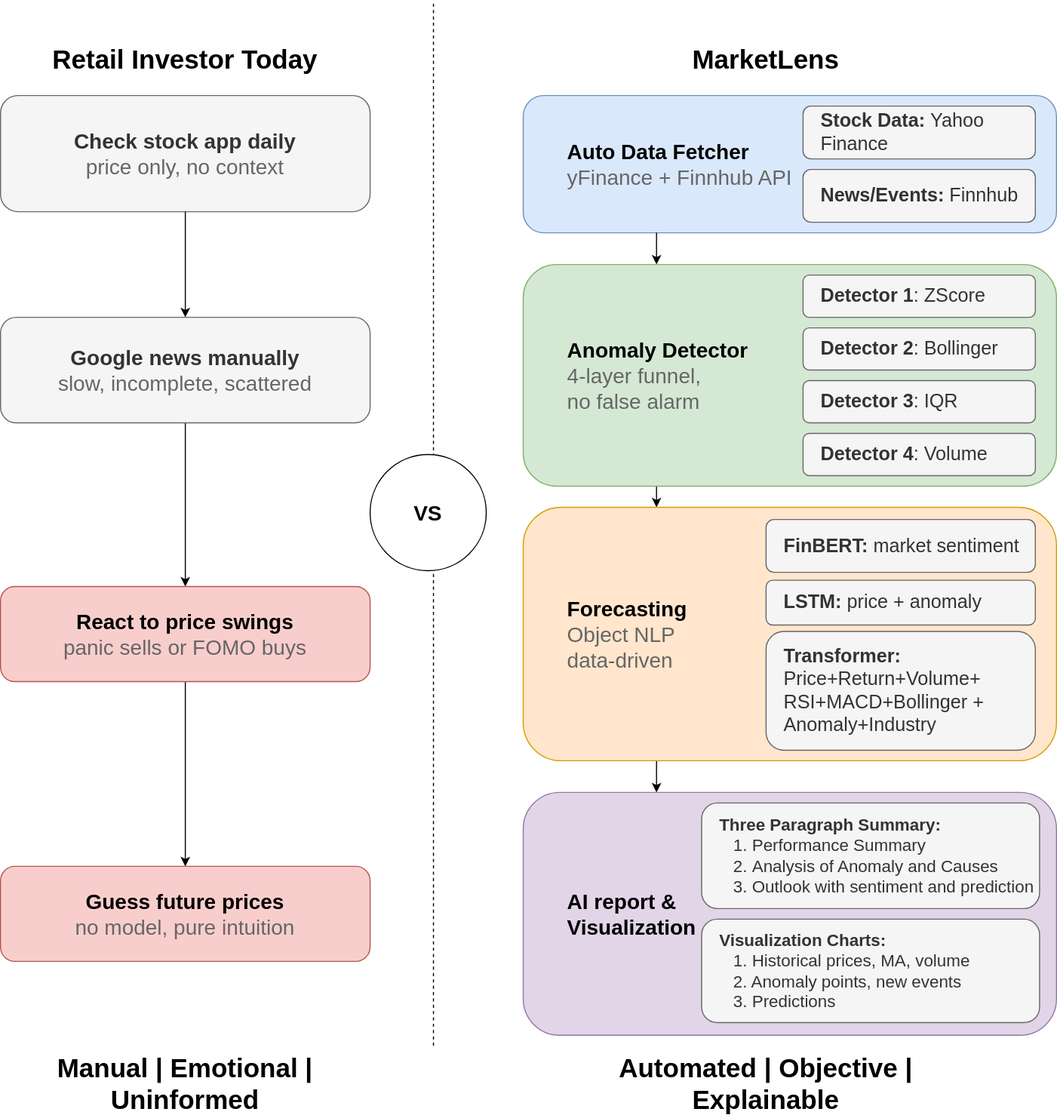
Niuniu-Li-229/MarketLens-Showcase keeps this draw.io diagram as Comparable Chart MarketLens-Showcase.drawio.svg. Above is the earlier version. Source tidied: cells renumbered, new cells last; positions are measured from the earlier drawing's top-left corner, leaving out a move shared by most shapes. Its diagram source:
```xml
<mxGraphModel>
  <root>
    <mxCell id="0" />
    <mxCell id="1" parent="0" />
    <mxCell id="2" value="&lt;blockquote style=&quot;margin: 0 0 0 40px; border: none; padding: 0px;&quot;&gt;&lt;font style=&quot;font-size: 20px;&quot;&gt;&lt;b style=&quot;&quot;&gt;Auto Data Fetcher&lt;/b&gt;&lt;/font&gt;&lt;/blockquote&gt;&lt;blockquote style=&quot;margin: 0 0 0 40px; border: none; padding: 0px;&quot;&gt;&lt;font style=&quot;color: rgb(102, 102, 102); font-size: 20px;&quot;&gt;yFinance + Finnhub API&lt;/font&gt;&lt;/blockquote&gt;" style="rounded=1;whiteSpace=wrap;html=1;fillColor=#dae8fc;strokeColor=#6c8ebf;align=left;" parent="1" vertex="1">
      <mxGeometry x="495" y="90" width="505" height="130" as="geometry" />
    </mxCell>
    <mxCell id="3" style="edgeStyle=orthogonalEdgeStyle;rounded=0;jettySize=auto;html=1;entryX=0.25;entryY=0;entryDx=0;entryDy=0;exitX=0.25;exitY=1;exitDx=0;exitDy=0;" parent="1" edge="1" source="2" target="7">
      <mxGeometry relative="1" as="geometry" />
    </mxCell>
    <mxCell id="4" value="&lt;b&gt;Stock Data: &lt;/b&gt;Yahoo Finance" style="rounded=1;whiteSpace=wrap;html=1;fillColor=#f5f5f5;fontColor=#333333;strokeColor=#666666;spacingLeft=15;align=left;fontSize=18;" parent="1" vertex="1">
      <mxGeometry x="760" y="100" width="220" height="50" as="geometry" />
    </mxCell>
    <mxCell id="5" value="&lt;b&gt;News/Events:&lt;/b&gt; Finnhub" style="rounded=1;whiteSpace=wrap;html=1;fillColor=#f5f5f5;fontColor=#333333;strokeColor=#666666;spacingLeft=15;align=left;fontSize=18;" parent="1" vertex="1">
      <mxGeometry x="760" y="160" width="220" height="50" as="geometry" />
    </mxCell>
    <mxCell id="6" style="edgeStyle=orthogonalEdgeStyle;rounded=0;jettySize=auto;html=1;entryX=0.25;entryY=0;entryDx=0;entryDy=0;exitX=0.25;exitY=1;exitDx=0;exitDy=0;" parent="1" edge="1" source="7" target="13">
      <mxGeometry relative="1" as="geometry" />
    </mxCell>
    <mxCell id="7" value="&lt;blockquote style=&quot;margin: 0 0 0 40px; border: none; padding: 0px;&quot;&gt;&lt;b&gt;&lt;font&gt;Anomaly Detector&lt;/font&gt;&lt;/b&gt;&lt;/blockquote&gt;&lt;blockquote style=&quot;margin: 0 0 0 40px; border: none; padding: 0px;&quot;&gt;&lt;font style=&quot;color: rgb(102, 102, 102);&quot;&gt;4-layer funnel,&lt;/font&gt;&lt;/blockquote&gt;&lt;blockquote style=&quot;margin: 0 0 0 40px; border: none; padding: 0px;&quot;&gt;&lt;font style=&quot;color: rgb(102, 102, 102);&quot;&gt;no false alarm&lt;/font&gt;&lt;/blockquote&gt;" style="rounded=1;whiteSpace=wrap;html=1;fillColor=#d5e8d4;strokeColor=#82b366;align=left;fontSize=20;" parent="1" vertex="1">
      <mxGeometry x="495" y="250" width="505" height="210" as="geometry" />
    </mxCell>
    <mxCell id="8" value="&lt;b&gt;Detector 1&lt;/b&gt;: ZScore" style="rounded=1;whiteSpace=wrap;html=1;fillColor=#f5f5f5;fontColor=#333333;strokeColor=#666666;align=left;spacingLeft=15;fontSize=18;" parent="1" vertex="1">
      <mxGeometry x="760" y="260" width="220" height="40" as="geometry" />
    </mxCell>
    <mxCell id="9" value="&lt;b&gt;Detector 2&lt;/b&gt;: Bollinger" style="rounded=1;whiteSpace=wrap;html=1;fillColor=#f5f5f5;fontColor=#333333;strokeColor=#666666;align=left;spacingLeft=15;fontSize=18;" parent="1" vertex="1">
      <mxGeometry x="760" y="310" width="220" height="40" as="geometry" />
    </mxCell>
    <mxCell id="10" value="&lt;b&gt;Detector 3&lt;/b&gt;: IQR" style="rounded=1;whiteSpace=wrap;html=1;fillColor=#f5f5f5;fontColor=#333333;strokeColor=#666666;align=left;spacingLeft=15;fontSize=18;" parent="1" vertex="1">
      <mxGeometry x="760" y="360" width="220" height="40" as="geometry" />
    </mxCell>
    <mxCell id="11" value="&lt;b&gt;Detector 4&lt;/b&gt;: Volume" style="rounded=1;whiteSpace=wrap;html=1;fillColor=#f5f5f5;fontColor=#333333;strokeColor=#666666;align=left;spacingLeft=15;fontSize=18;" parent="1" vertex="1">
      <mxGeometry x="760" y="410" width="220" height="40" as="geometry" />
    </mxCell>
    <mxCell id="12" style="edgeStyle=orthogonalEdgeStyle;rounded=0;jettySize=auto;html=1;entryX=0.25;entryY=0;entryDx=0;entryDy=0;exitX=0.25;exitY=1;exitDx=0;exitDy=0;" parent="1" edge="1" source="13" target="17">
      <mxGeometry relative="1" as="geometry" />
    </mxCell>
    <mxCell id="13" value="&lt;blockquote style=&quot;margin: 0 0 0 40px; border: none; padding: 0px;&quot;&gt;&lt;b&gt;&lt;font&gt;Forecasting&lt;/font&gt;&lt;/b&gt;&lt;/blockquote&gt;&lt;blockquote style=&quot;margin: 0 0 0 40px; border: none; padding: 0px;&quot;&gt;&lt;font style=&quot;color: rgb(102, 102, 102);&quot;&gt;Object NLP&lt;/font&gt;&lt;/blockquote&gt;&lt;blockquote style=&quot;margin: 0 0 0 40px; border: none; padding: 0px;&quot;&gt;&lt;font style=&quot;color: rgb(102, 102, 102);&quot;&gt;data-driven&lt;/font&gt;&lt;/blockquote&gt;" style="rounded=1;whiteSpace=wrap;html=1;fillColor=#ffe6cc;strokeColor=#d79b00;align=left;fontSize=20;" parent="1" vertex="1">
      <mxGeometry x="495" y="480" width="505" height="240" as="geometry" />
    </mxCell>
    <mxCell id="14" value="&lt;b&gt;FinBERT: &lt;/b&gt;market&lt;b&gt;&amp;nbsp;&lt;/b&gt;sentiment" style="rounded=1;whiteSpace=wrap;html=1;fillColor=#f5f5f5;fontColor=#333333;strokeColor=#666666;align=left;spacingLeft=15;fontSize=18;" parent="1" vertex="1">
      <mxGeometry x="725" y="491.5" width="255" height="50" as="geometry" />
    </mxCell>
    <mxCell id="15" value="&lt;b&gt;LSTM: &lt;/b&gt;price + anomaly" style="rounded=1;whiteSpace=wrap;html=1;fillColor=#f5f5f5;fontColor=#333333;strokeColor=#666666;align=left;spacingLeft=15;fontSize=18;" parent="1" vertex="1">
      <mxGeometry x="725" y="549" width="255" height="42.5" as="geometry" />
    </mxCell>
    <mxCell id="16" value="&lt;b&gt;Transformer: &lt;/b&gt;Price+Return&lt;span style=&quot;background-color: transparent; color: light-dark(rgb(51, 51, 51), rgb(193, 193, 193));&quot;&gt;+Volume+ RSI+MACD+&lt;/span&gt;&lt;span style=&quot;background-color: transparent; color: light-dark(rgb(51, 51, 51), rgb(193, 193, 193));&quot;&gt;Bollinger + Anomaly+Industry&lt;/span&gt;" style="rounded=1;whiteSpace=wrap;html=1;fillColor=#f5f5f5;fontColor=#333333;strokeColor=#666666;align=left;spacingLeft=15;fontSize=18;" parent="1" vertex="1">
      <mxGeometry x="725" y="597.5" width="255" height="112.5" as="geometry" />
    </mxCell>
    <mxCell id="17" value="&lt;blockquote style=&quot;margin: 0 0 0 40px; border: none; padding: 0px;&quot;&gt;&lt;b&gt;&lt;font&gt;AI report &amp;amp;&lt;/font&gt;&lt;/b&gt;&lt;/blockquote&gt;&lt;blockquote style=&quot;margin: 0 0 0 40px; border: none; padding: 0px;&quot;&gt;&lt;b&gt;&lt;font&gt;Visualization&lt;/font&gt;&lt;/b&gt;&lt;/blockquote&gt;" style="rounded=1;whiteSpace=wrap;html=1;fillColor=#e1d5e7;strokeColor=#9673a6;align=left;fontSize=20;" parent="1" vertex="1">
      <mxGeometry x="495" y="750" width="505" height="230" as="geometry" />
    </mxCell>
    <mxCell id="18" value="&lt;b&gt;Three Paragraph Summary:&lt;/b&gt;&lt;div&gt;&lt;span style=&quot;background-color: transparent; color: light-dark(rgb(51, 51, 51), rgb(193, 193, 193));&quot;&gt;&amp;nbsp; &amp;nbsp;1. Performance Summary&lt;/span&gt;&lt;/div&gt;&lt;div&gt;&lt;span style=&quot;background-color: transparent; color: light-dark(rgb(51, 51, 51), rgb(193, 193, 193));&quot;&gt;&amp;nbsp; &amp;nbsp;2.&amp;nbsp;&lt;/span&gt;&lt;span style=&quot;background-color: transparent; color: light-dark(rgb(51, 51, 51), rgb(193, 193, 193));&quot;&gt;Analysis of Anomaly&amp;nbsp;&lt;/span&gt;&lt;span style=&quot;background-color: transparent; color: light-dark(rgb(51, 51, 51), rgb(193, 193, 193));&quot;&gt;and Causes&lt;/span&gt;&lt;/div&gt;&lt;div&gt;&lt;span style=&quot;background-color: transparent; color: light-dark(rgb(51, 51, 51), rgb(193, 193, 193));&quot;&gt;&amp;nbsp; &amp;nbsp;3. Outlook with sentiment and prediction&lt;/span&gt;&lt;/div&gt;" style="rounded=1;whiteSpace=wrap;html=1;fillColor=#f5f5f5;fontColor=#333333;strokeColor=#666666;align=left;spacingLeft=15;fontSize=16;" parent="1" vertex="1">
      <mxGeometry x="664" y="760" width="320" height="100" as="geometry" />
    </mxCell>
    <mxCell id="19" value="&lt;div&gt;&lt;span style=&quot;background-color: transparent; color: light-dark(rgb(51, 51, 51), rgb(193, 193, 193));&quot;&gt;&lt;b&gt;Visualization Charts:&lt;/b&gt;&lt;/span&gt;&lt;/div&gt;&lt;div&gt;&lt;span style=&quot;background-color: transparent; color: light-dark(rgb(51, 51, 51), rgb(193, 193, 193));&quot;&gt;&amp;nbsp; &amp;nbsp;1. Historical prices, MA, volume&lt;/span&gt;&lt;/div&gt;&lt;div&gt;&lt;span style=&quot;background-color: transparent; color: light-dark(rgb(51, 51, 51), rgb(193, 193, 193));&quot;&gt;&amp;nbsp; &amp;nbsp;2. Anomaly points, new events&lt;/span&gt;&lt;/div&gt;&lt;div&gt;&lt;span style=&quot;background-color: transparent; color: light-dark(rgb(51, 51, 51), rgb(193, 193, 193));&quot;&gt;&amp;nbsp; &amp;nbsp;3. Predictions&lt;/span&gt;&lt;/div&gt;" style="rounded=1;whiteSpace=wrap;html=1;fillColor=#f5f5f5;fontColor=#333333;strokeColor=#666666;align=left;spacingLeft=15;fontSize=16;" parent="1" vertex="1">
      <mxGeometry x="664" y="870" width="320" height="98" as="geometry" />
    </mxCell>
    <mxCell id="20" value="&lt;font&gt;&lt;b&gt;Check stock app daily&lt;/b&gt;&lt;/font&gt;&lt;div&gt;&lt;font style=&quot;color: rgb(102, 102, 102);&quot;&gt;price only, no context&lt;/font&gt;&lt;/div&gt;" style="rounded=1;whiteSpace=wrap;html=1;fillColor=#f5f5f5;strokeColor=#666666;align=center;fontColor=#333333;fontSize=20;" parent="1" vertex="1">
      <mxGeometry y="90" width="350" height="110" as="geometry" />
    </mxCell>
    <mxCell id="21" style="edgeStyle=orthogonalEdgeStyle;rounded=0;jettySize=auto;html=1;entryX=0.5;entryY=0;entryDx=0;entryDy=0;exitX=0.5;exitY=1;exitDx=0;exitDy=0;" parent="1" edge="1" source="20" target="23">
      <mxGeometry relative="1" as="geometry" />
    </mxCell>
    <mxCell id="22" style="edgeStyle=orthogonalEdgeStyle;rounded=0;jettySize=auto;html=1;entryX=0.5;entryY=0;entryDx=0;entryDy=0;exitX=0.5;exitY=1;exitDx=0;exitDy=0;" parent="1" edge="1" source="23" target="25">
      <mxGeometry relative="1" as="geometry" />
    </mxCell>
    <mxCell id="23" value="&lt;b&gt;&lt;font&gt;Google news manually&lt;br&gt;&lt;/font&gt;&lt;/b&gt;&lt;font style=&quot;color: rgb(102, 102, 102);&quot;&gt;slow, incomplete, scattered&lt;/font&gt;" style="rounded=1;whiteSpace=wrap;html=1;fillColor=#f5f5f5;strokeColor=#666666;align=center;fontColor=#333333;fontSize=20;" parent="1" vertex="1">
      <mxGeometry y="300" width="350" height="100" as="geometry" />
    </mxCell>
    <mxCell id="24" style="edgeStyle=orthogonalEdgeStyle;rounded=0;jettySize=auto;html=1;entryX=0.5;entryY=0;entryDx=0;entryDy=0;exitX=0.5;exitY=1;exitDx=0;exitDy=0;" parent="1" edge="1" source="25" target="26">
      <mxGeometry relative="1" as="geometry" />
    </mxCell>
    <mxCell id="25" value="&lt;b&gt;&lt;font&gt;React to price swings&lt;br&gt;&lt;/font&gt;&lt;/b&gt;&lt;font style=&quot;color: rgb(102, 102, 102);&quot;&gt;panic sells or FOMO buys&lt;/font&gt;" style="rounded=1;whiteSpace=wrap;html=1;fillColor=#f8cecc;strokeColor=#b85450;align=center;fontSize=20;" parent="1" vertex="1">
      <mxGeometry y="555" width="350" height="90" as="geometry" />
    </mxCell>
    <mxCell id="26" value="&lt;span&gt;&lt;b&gt;Guess future prices&lt;/b&gt;&lt;/span&gt;&lt;div&gt;&lt;font style=&quot;color: rgb(102, 102, 102);&quot;&gt;no model, pure intuition&lt;/font&gt;&lt;/div&gt;" style="rounded=1;whiteSpace=wrap;html=1;fillColor=#f8cecc;strokeColor=#b85450;align=center;fontSize=20;" parent="1" vertex="1">
      <mxGeometry y="820" width="350" height="90" as="geometry" />
    </mxCell>
    <mxCell id="27" value="Retail Investor Today" style="text;html=1;whiteSpace=wrap;strokeColor=none;fillColor=none;align=center;verticalAlign=middle;rounded=0;fontSize=25;fontStyle=1;" parent="1" vertex="1">
      <mxGeometry y="40" width="350" height="30" as="geometry" />
    </mxCell>
    <mxCell id="28" value="MarketLens" style="text;html=1;whiteSpace=wrap;strokeColor=none;fillColor=none;align=center;verticalAlign=middle;rounded=0;fontSize=25;fontStyle=1;" parent="1" vertex="1">
      <mxGeometry x="550" y="40" width="350" height="30" as="geometry" />
    </mxCell>
    <mxCell id="29" style="endArrow=none;dashed=1;html=1;rounded=0;" parent="1" edge="1">
      <mxGeometry relative="1" as="geometry">
        <mxPoint x="410" y="990" as="sourcePoint" />
        <mxPoint x="410" as="targetPoint" />
      </mxGeometry>
    </mxCell>
    <mxCell id="30" value="&lt;font style=&quot;font-size: 20px;&quot;&gt;&lt;b style=&quot;&quot;&gt;VS&lt;/b&gt;&lt;/font&gt;" style="ellipse;whiteSpace=wrap;html=1;" parent="1" vertex="1">
      <mxGeometry x="350" y="430" width="110" height="110" as="geometry" />
    </mxCell>
    <mxCell id="31" value="Manual | Emotional | Uninformed" style="text;html=1;whiteSpace=wrap;strokeColor=none;fillColor=none;align=center;verticalAlign=middle;rounded=0;fontSize=25;fontStyle=1;" parent="1" vertex="1">
      <mxGeometry y="1010" width="350" height="30" as="geometry" />
    </mxCell>
    <mxCell id="32" value="Automated | Objective | Explainable" style="text;html=1;whiteSpace=wrap;strokeColor=none;fillColor=none;align=center;verticalAlign=middle;rounded=0;fontSize=25;fontStyle=1;" parent="1" vertex="1">
      <mxGeometry x="550" y="1010" width="350" height="30" as="geometry" />
    </mxCell>
  </root>
</mxGraphModel>
```
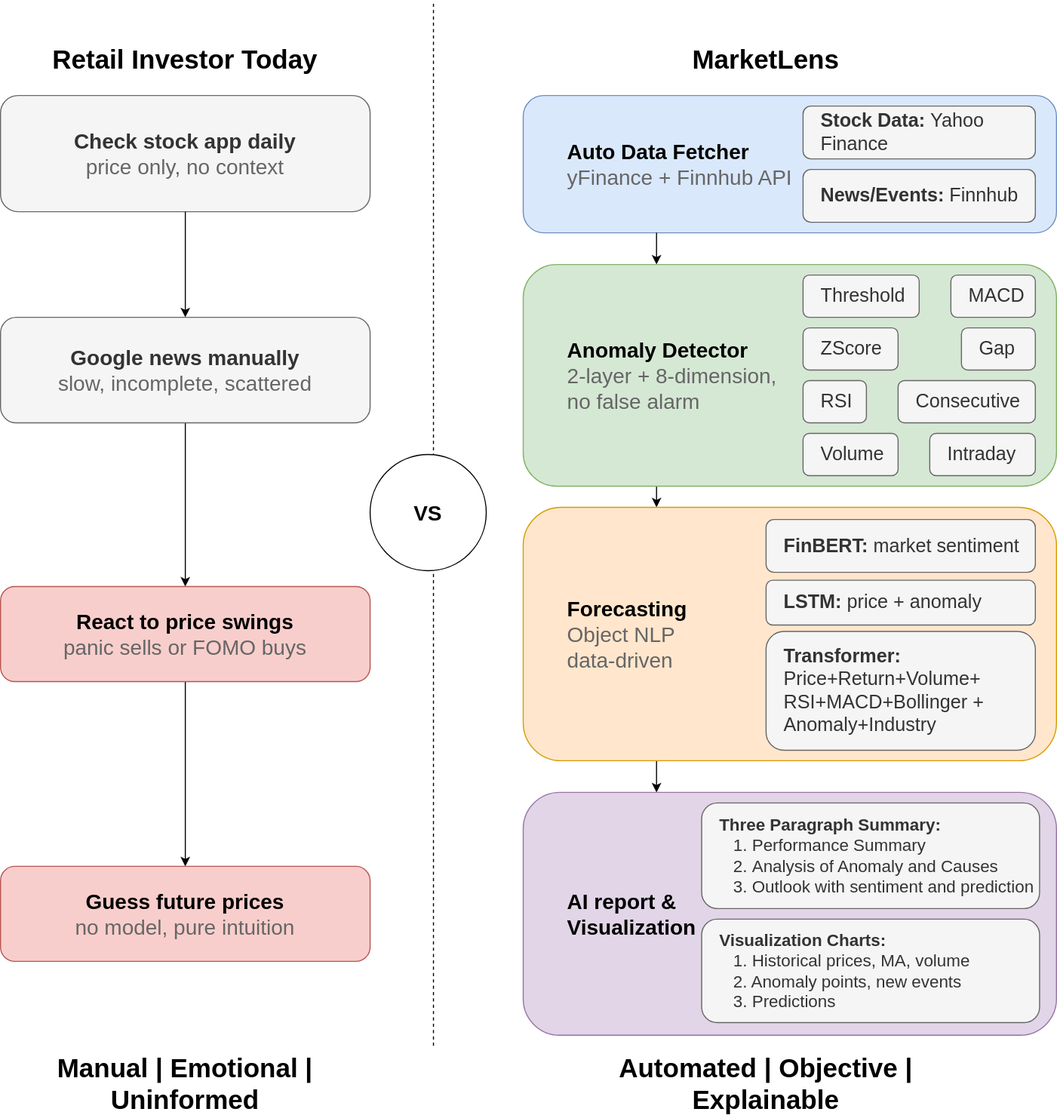
The same file after the commit.

Diff of the diagram source:
```diff
@@ -17,20 +17,20 @@
     <mxCell id="6" style="edgeStyle=orthogonalEdgeStyle;rounded=0;jettySize=auto;html=1;entryX=0.25;entryY=0;entryDx=0;entryDy=0;exitX=0.25;exitY=1;exitDx=0;exitDy=0;" parent="1" edge="1" source="7" target="13">
       <mxGeometry relative="1" as="geometry" />
     </mxCell>
-    <mxCell id="7" value="&lt;blockquote style=&quot;margin: 0 0 0 40px; border: none; padding: 0px;&quot;&gt;&lt;b&gt;&lt;font&gt;Anomaly Detector&lt;/font&gt;&lt;/b&gt;&lt;/blockquote&gt;&lt;blockquote style=&quot;margin: 0 0 0 40px; border: none; padding: 0px;&quot;&gt;&lt;font style=&quot;color: rgb(102, 102, 102);&quot;&gt;4-layer funnel,&lt;/font&gt;&lt;/blockquote&gt;&lt;blockquote style=&quot;margin: 0 0 0 40px; border: none; padding: 0px;&quot;&gt;&lt;font style=&quot;color: rgb(102, 102, 102);&quot;&gt;no false alarm&lt;/font&gt;&lt;/blockquote&gt;" style="rounded=1;whiteSpace=wrap;html=1;fillColor=#d5e8d4;strokeColor=#82b366;align=left;fontSize=20;" parent="1" vertex="1">
+    <mxCell id="7" value="&lt;blockquote style=&quot;margin: 0 0 0 40px; border: none; padding: 0px;&quot;&gt;&lt;b&gt;&lt;font&gt;Anomaly Detector&lt;/font&gt;&lt;/b&gt;&lt;/blockquote&gt;&lt;blockquote style=&quot;margin: 0 0 0 40px; border: none; padding: 0px;&quot;&gt;&lt;font style=&quot;color: rgb(102, 102, 102);&quot;&gt;2-layer + 8-dimension,&lt;/font&gt;&lt;/blockquote&gt;&lt;blockquote style=&quot;margin: 0 0 0 40px; border: none; padding: 0px;&quot;&gt;&lt;font style=&quot;color: rgb(102, 102, 102);&quot;&gt;no false alarm&lt;/font&gt;&lt;/blockquote&gt;" style="rounded=1;whiteSpace=wrap;html=1;fillColor=#d5e8d4;strokeColor=#82b366;align=left;fontSize=20;" parent="1" vertex="1">
       <mxGeometry x="495" y="250" width="505" height="210" as="geometry" />
     </mxCell>
-    <mxCell id="8" value="&lt;b&gt;Detector 1&lt;/b&gt;: ZScore" style="rounded=1;whiteSpace=wrap;html=1;fillColor=#f5f5f5;fontColor=#333333;strokeColor=#666666;align=left;spacingLeft=15;fontSize=18;" parent="1" vertex="1">
-      <mxGeometry x="760" y="260" width="220" height="40" as="geometry" />
+    <mxCell id="8" value="Threshold" style="rounded=1;whiteSpace=wrap;html=1;fillColor=#f5f5f5;fontColor=#333333;strokeColor=#666666;align=left;spacingLeft=15;fontSize=18;fontStyle=0;" parent="1" vertex="1">
+      <mxGeometry x="760" y="260" width="110" height="40" as="geometry" />
     </mxCell>
-    <mxCell id="9" value="&lt;b&gt;Detector 2&lt;/b&gt;: Bollinger" style="rounded=1;whiteSpace=wrap;html=1;fillColor=#f5f5f5;fontColor=#333333;strokeColor=#666666;align=left;spacingLeft=15;fontSize=18;" parent="1" vertex="1">
-      <mxGeometry x="760" y="310" width="220" height="40" as="geometry" />
+    <mxCell id="9" value="ZScore" style="rounded=1;whiteSpace=wrap;html=1;fillColor=#f5f5f5;fontColor=#333333;strokeColor=#666666;align=left;spacingLeft=15;fontSize=18;fontStyle=0;" parent="1" vertex="1">
+      <mxGeometry x="760" y="310" width="90" height="40" as="geometry" />
     </mxCell>
-    <mxCell id="10" value="&lt;b&gt;Detector 3&lt;/b&gt;: IQR" style="rounded=1;whiteSpace=wrap;html=1;fillColor=#f5f5f5;fontColor=#333333;strokeColor=#666666;align=left;spacingLeft=15;fontSize=18;" parent="1" vertex="1">
-      <mxGeometry x="760" y="360" width="220" height="40" as="geometry" />
+    <mxCell id="10" value="&lt;span&gt;RSI&lt;/span&gt;" style="rounded=1;whiteSpace=wrap;html=1;fillColor=#f5f5f5;fontColor=#333333;strokeColor=#666666;align=left;spacingLeft=15;fontSize=18;fontStyle=0;" parent="1" vertex="1">
+      <mxGeometry x="760" y="360" width="60" height="40" as="geometry" />
     </mxCell>
-    <mxCell id="11" value="&lt;b&gt;Detector 4&lt;/b&gt;: Volume" style="rounded=1;whiteSpace=wrap;html=1;fillColor=#f5f5f5;fontColor=#333333;strokeColor=#666666;align=left;spacingLeft=15;fontSize=18;" parent="1" vertex="1">
-      <mxGeometry x="760" y="410" width="220" height="40" as="geometry" />
+    <mxCell id="11" value="Volume" style="rounded=1;whiteSpace=wrap;html=1;fillColor=#f5f5f5;fontColor=#333333;strokeColor=#666666;align=left;spacingLeft=15;fontSize=18;" parent="1" vertex="1">
+      <mxGeometry x="760" y="410" width="90" height="40" as="geometry" />
     </mxCell>
     <mxCell id="12" style="edgeStyle=orthogonalEdgeStyle;rounded=0;jettySize=auto;html=1;entryX=0.25;entryY=0;entryDx=0;entryDy=0;exitX=0.25;exitY=1;exitDx=0;exitDy=0;" parent="1" edge="1" source="13" target="17">
       <mxGeometry relative="1" as="geometry" />
@@ -98,5 +98,17 @@
     <mxCell id="32" value="Automated | Objective | Explainable" style="text;html=1;whiteSpace=wrap;strokeColor=none;fillColor=none;align=center;verticalAlign=middle;rounded=0;fontSize=25;fontStyle=1;" parent="1" vertex="1">
       <mxGeometry x="550" y="1010" width="350" height="30" as="geometry" />
     </mxCell>
+    <mxCell id="33" value="MACD" style="rounded=1;whiteSpace=wrap;html=1;fillColor=#f5f5f5;fontColor=#333333;strokeColor=#666666;align=left;spacingLeft=15;fontSize=18;fontStyle=0;" parent="1" vertex="1">
+      <mxGeometry x="900" y="260" width="80" height="40" as="geometry" />
+    </mxCell>
+    <mxCell id="34" value="Gap" style="rounded=1;whiteSpace=wrap;html=1;fillColor=#f5f5f5;fontColor=#333333;strokeColor=#666666;align=left;spacingLeft=15;fontSize=18;fontStyle=0;" parent="1" vertex="1">
+      <mxGeometry x="910" y="310" width="70" height="40" as="geometry" />
+    </mxCell>
+    <mxCell id="35" value="&lt;span&gt;Intraday&lt;/span&gt;" style="rounded=1;whiteSpace=wrap;html=1;fillColor=#f5f5f5;fontColor=#333333;strokeColor=#666666;align=left;spacingLeft=15;fontSize=18;fontStyle=0;" parent="1" vertex="1">
+      <mxGeometry x="880" y="410" width="100" height="40" as="geometry" />
+    </mxCell>
+    <mxCell id="36" value="Consecutive" style="rounded=1;whiteSpace=wrap;html=1;fillColor=#f5f5f5;fontColor=#333333;strokeColor=#666666;align=left;spacingLeft=15;fontSize=18;" parent="1" vertex="1">
+      <mxGeometry x="850" y="360" width="130" height="40" as="geometry" />
+    </mxCell>
   </root>
 </mxGraphModel>
```
